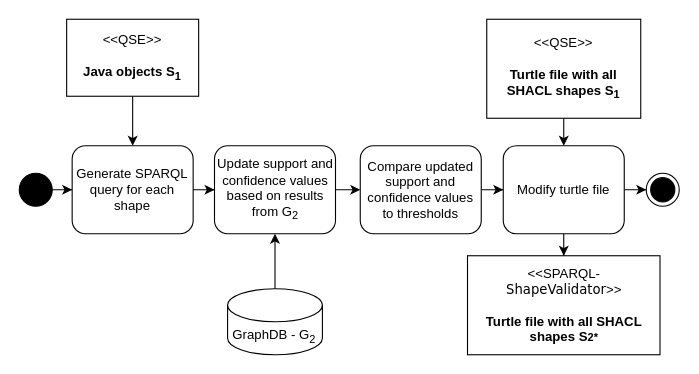
Earlier version of the draw.io diagram page "Seite-2" (2 of 2) of QseEvolvingKg/notes/Schreiben/ActivityDiagram.drawio (Eva0410/QseEvolvingKg). Source tidied: cells renumbered, new cells numbered last; positions are measured from the earlier drawing's top-left corner, leaving out a move shared by most shapes. Both pictures are drawn from the tidied source at 110%, with x=0, y=0 at pixel (19, 19).
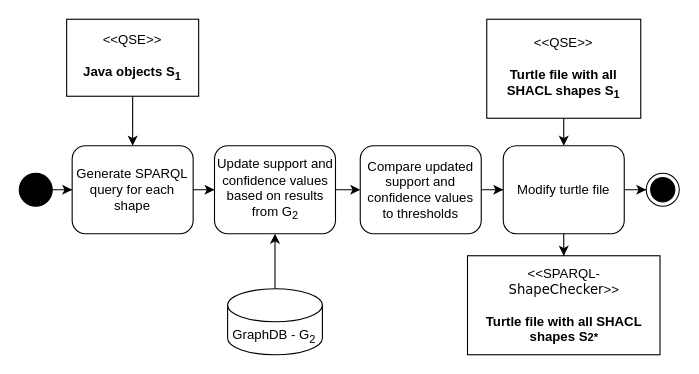
Above is the later version.

Diff of the diagram source:
```diff
@@
-    <mxCell id="11" value="&amp;lt;&amp;lt;SPARQL-&lt;div&gt;&lt;span style=&quot;font-family: Verdana; text-align: left; text-wrap: nowrap; background-color: initial;&quot;&gt;ShapeValidator&lt;/span&gt;&amp;gt;&amp;gt;&lt;br&gt;&lt;br&gt;&lt;b&gt;Turtle file with all SHACL shapes S&lt;span style=&quot;font-size: 10px;&quot;&gt;2*&lt;/span&gt;&lt;/b&gt;&lt;/div&gt;" style="html=1;align=center;verticalAlign=middle;dashed=0;whiteSpace=wrap;" parent="1" vertex="1">
+    <mxCell id="11" value="&amp;lt;&amp;lt;SPARQL-&lt;div&gt;&lt;span style=&quot;font-family: Verdana; text-align: left; text-wrap: nowrap; background-color: initial;&quot;&gt;ShapeChecker&lt;/span&gt;&amp;gt;&amp;gt;&lt;br&gt;&lt;br&gt;&lt;b&gt;Turtle file with all SHACL shapes S&lt;span style=&quot;font-size: 10px;&quot;&gt;2*&lt;/span&gt;&lt;/b&gt;&lt;/div&gt;" style="html=1;align=center;verticalAlign=middle;dashed=0;whiteSpace=wrap;" parent="1" vertex="1">
       <mxGeometry x="407.5" y="215" width="175" height="90" as="geometry" />
     </mxCell>
```
